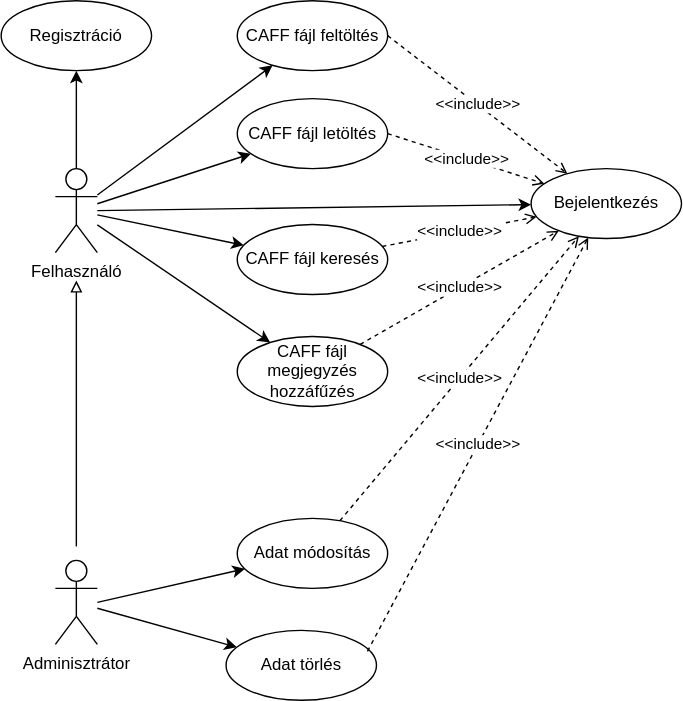
Earlier version of the draw.io export Pictures/Sec_Use_Case.svg (Fylota/hagyma_crysys). Source tidied: cells renumbered, new cells last; positions are measured from the earlier drawing's top-left corner, leaving out a move shared by most shapes. Its diagram source:
```xml
<mxGraphModel>
  <root>
    <mxCell id="0" />
    <mxCell id="1" parent="0" />
    <mxCell id="2" value="Felhasználó" style="shape=umlActor;verticalLabelPosition=bottom;verticalAlign=top;html=1;outlineConnect=0;" parent="1" vertex="1">
      <mxGeometry x="39" y="120" width="30" height="60" as="geometry" />
    </mxCell>
    <mxCell id="3" value="Adminisztrátor" style="shape=umlActor;verticalLabelPosition=bottom;verticalAlign=top;html=1;outlineConnect=0;" parent="1" vertex="1">
      <mxGeometry x="39" y="400" width="30" height="60" as="geometry" />
    </mxCell>
    <mxCell id="4" value="Bejelentkezés" style="ellipse;whiteSpace=wrap;html=1;" parent="1" vertex="1">
      <mxGeometry x="379" y="120" width="107.5" height="50" as="geometry" />
    </mxCell>
    <mxCell id="5" value="Regisztráció" style="ellipse;whiteSpace=wrap;html=1;" parent="1" vertex="1">
      <mxGeometry x="0.2" width="107.5" height="50" as="geometry" />
    </mxCell>
    <mxCell id="6" value="CAFF fájl feltöltés" style="ellipse;whiteSpace=wrap;html=1;" parent="1" vertex="1">
      <mxGeometry x="169" width="107.5" height="50" as="geometry" />
    </mxCell>
    <mxCell id="7" value="CAFF fájl letöltés" style="ellipse;whiteSpace=wrap;html=1;" parent="1" vertex="1">
      <mxGeometry x="169" y="70" width="107.5" height="50" as="geometry" />
    </mxCell>
    <mxCell id="8" value="CAFF fájl keresés" style="ellipse;whiteSpace=wrap;html=1;" parent="1" vertex="1">
      <mxGeometry x="169" y="160" width="107.5" height="50" as="geometry" />
    </mxCell>
    <mxCell id="9" value="CAFF fájl megjegyzés hozzáfűzés" style="ellipse;whiteSpace=wrap;html=1;" parent="1" vertex="1">
      <mxGeometry x="169" y="240" width="107.5" height="50" as="geometry" />
    </mxCell>
    <mxCell id="10" value="Adat módosítás" style="ellipse;whiteSpace=wrap;html=1;" parent="1" vertex="1">
      <mxGeometry x="169" y="370" width="107.5" height="50" as="geometry" />
    </mxCell>
    <mxCell id="11" value="Adat törlés" style="ellipse;whiteSpace=wrap;html=1;" parent="1" vertex="1">
      <mxGeometry x="161" y="450" width="107.5" height="50" as="geometry" />
    </mxCell>
    <mxCell id="12" style="endArrow=classic;html=1;rounded=0;" parent="1" edge="1" source="2" target="6">
      <mxGeometry relative="1" as="geometry" />
    </mxCell>
    <mxCell id="13" style="endArrow=classic;html=1;rounded=0;" parent="1" edge="1" source="2" target="7">
      <mxGeometry relative="1" as="geometry" />
    </mxCell>
    <mxCell id="14" style="endArrow=classic;html=1;rounded=0;" parent="1" edge="1" source="2" target="8">
      <mxGeometry relative="1" as="geometry" />
    </mxCell>
    <mxCell id="15" style="endArrow=classic;html=1;rounded=0;" parent="1" edge="1" source="2" target="9">
      <mxGeometry relative="1" as="geometry" />
    </mxCell>
    <mxCell id="16" style="endArrow=classic;html=1;rounded=0;" parent="1" edge="1" target="10">
      <mxGeometry relative="1" as="geometry">
        <mxPoint x="69" y="430" as="sourcePoint" />
      </mxGeometry>
    </mxCell>
    <mxCell id="17" style="endArrow=classic;html=1;rounded=0;" parent="1" edge="1" source="3" target="11">
      <mxGeometry relative="1" as="geometry" />
    </mxCell>
    <mxCell id="18" style="endArrow=classic;html=1;rounded=0;" parent="1" edge="1" source="2" target="5">
      <mxGeometry relative="1" as="geometry" />
    </mxCell>
    <mxCell id="19" style="endArrow=classic;html=1;rounded=0;" parent="1" edge="1" target="4">
      <mxGeometry relative="1" as="geometry">
        <mxPoint x="69" y="150" as="sourcePoint" />
      </mxGeometry>
    </mxCell>
    <mxCell id="20" style="endArrow=block;html=1;rounded=0;endFill=0;" parent="1" edge="1">
      <mxGeometry relative="1" as="geometry">
        <mxPoint x="54" y="390" as="sourcePoint" />
        <mxPoint x="54" y="200" as="targetPoint" />
      </mxGeometry>
    </mxCell>
    <mxCell id="21" value="&amp;lt;&amp;lt;include&amp;gt;&amp;gt;" style="endArrow=open;html=1;rounded=0;strokeWidth=1;dashed=1;endFill=0;" parent="1" edge="1" source="10" target="4">
      <mxGeometry relative="1" as="geometry" />
    </mxCell>
    <mxCell id="22" value="&amp;lt;&amp;lt;include&amp;gt;&amp;gt;" style="endArrow=open;html=1;rounded=0;strokeWidth=1;dashed=1;endFill=0;exitX=0.94;exitY=0.3;exitDx=0;exitDy=0;exitPerimeter=0;" parent="1" edge="1" source="11" target="4">
      <mxGeometry relative="1" as="geometry" />
    </mxCell>
    <mxCell id="23" value="&amp;lt;&amp;lt;include&amp;gt;&amp;gt;" style="endArrow=open;html=1;rounded=0;strokeWidth=1;dashed=1;endFill=0;" parent="1" edge="1" source="8" target="4">
      <mxGeometry relative="1" as="geometry" />
    </mxCell>
    <mxCell id="24" value="&amp;lt;&amp;lt;include&amp;gt;&amp;gt;" style="endArrow=open;html=1;rounded=0;strokeWidth=1;dashed=1;endFill=0;" parent="1" edge="1" source="9" target="4">
      <mxGeometry relative="1" as="geometry" />
    </mxCell>
    <mxCell id="25" value="&amp;lt;&amp;lt;include&amp;gt;&amp;gt;" style="endArrow=open;html=1;rounded=0;strokeWidth=1;dashed=1;endFill=0;exitX=1;exitY=0.5;exitDx=0;exitDy=0;" parent="1" edge="1" source="7" target="4">
      <mxGeometry relative="1" as="geometry" />
    </mxCell>
    <mxCell id="26" value="&amp;lt;&amp;lt;include&amp;gt;&amp;gt;" style="endArrow=open;html=1;rounded=0;strokeWidth=1;dashed=1;endFill=0;exitX=1;exitY=0.5;exitDx=0;exitDy=0;" parent="1" edge="1" source="6" target="4">
      <mxGeometry relative="1" as="geometry" />
    </mxCell>
  </root>
</mxGraphModel>
```
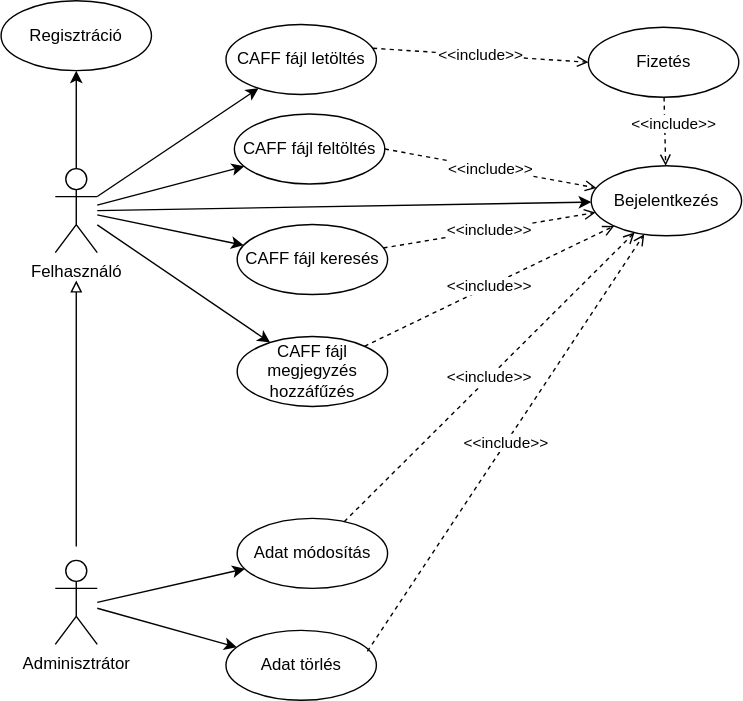
The same file after the commit.

What changed in the source:
```diff
@@ -9,16 +9,16 @@
       <mxGeometry x="39" y="400" width="30" height="60" as="geometry" />
     </mxCell>
     <mxCell id="4" value="Bejelentkezés" style="ellipse;whiteSpace=wrap;html=1;" parent="1" vertex="1">
-      <mxGeometry x="379" y="120" width="107.5" height="50" as="geometry" />
+      <mxGeometry x="422" y="118" width="107.5" height="50" as="geometry" />
     </mxCell>
     <mxCell id="5" value="Regisztráció" style="ellipse;whiteSpace=wrap;html=1;" parent="1" vertex="1">
       <mxGeometry x="0.2" width="107.5" height="50" as="geometry" />
     </mxCell>
     <mxCell id="6" value="CAFF fájl feltöltés" style="ellipse;whiteSpace=wrap;html=1;" parent="1" vertex="1">
-      <mxGeometry x="169" width="107.5" height="50" as="geometry" />
+      <mxGeometry x="167" y="81" width="107.5" height="50" as="geometry" />
     </mxCell>
     <mxCell id="7" value="CAFF fájl letöltés" style="ellipse;whiteSpace=wrap;html=1;" parent="1" vertex="1">
-      <mxGeometry x="169" y="70" width="107.5" height="50" as="geometry" />
+      <mxGeometry x="161" y="17" width="107.5" height="50" as="geometry" />
     </mxCell>
     <mxCell id="8" value="CAFF fájl keresés" style="ellipse;whiteSpace=wrap;html=1;" parent="1" vertex="1">
       <mxGeometry x="169" y="160" width="107.5" height="50" as="geometry" />
@@ -78,11 +78,17 @@
     <mxCell id="24" value="&amp;lt;&amp;lt;include&amp;gt;&amp;gt;" style="endArrow=open;html=1;rounded=0;strokeWidth=1;dashed=1;endFill=0;" parent="1" edge="1" source="9" target="4">
       <mxGeometry relative="1" as="geometry" />
     </mxCell>
-    <mxCell id="25" value="&amp;lt;&amp;lt;include&amp;gt;&amp;gt;" style="endArrow=open;html=1;rounded=0;strokeWidth=1;dashed=1;endFill=0;exitX=1;exitY=0.5;exitDx=0;exitDy=0;" parent="1" edge="1" source="7" target="4">
-      <mxGeometry relative="1" as="geometry" />
+    <mxCell id="25" value="&amp;lt;&amp;lt;include&amp;gt;&amp;gt;" style="endArrow=open;html=1;rounded=0;strokeWidth=1;dashed=1;endFill=0;" parent="1" edge="1" source="27" target="4">
+      <mxGeometry x="-0.21" y="6" relative="1" as="geometry" />
     </mxCell>
     <mxCell id="26" value="&amp;lt;&amp;lt;include&amp;gt;&amp;gt;" style="endArrow=open;html=1;rounded=0;strokeWidth=1;dashed=1;endFill=0;exitX=1;exitY=0.5;exitDx=0;exitDy=0;" parent="1" edge="1" source="6" target="4">
       <mxGeometry relative="1" as="geometry" />
     </mxCell>
+    <mxCell id="27" value="Fizetés" style="ellipse;whiteSpace=wrap;html=1;" parent="1" vertex="1">
+      <mxGeometry x="420" y="19" width="107.5" height="50" as="geometry" />
+    </mxCell>
+    <mxCell id="28" value="&amp;lt;&amp;lt;include&amp;gt;&amp;gt;" style="endArrow=open;html=1;rounded=0;endFill=0;dashed=1;entryX=0;entryY=0.5;entryDx=0;entryDy=0;exitX=0.977;exitY=0.34;exitDx=0;exitDy=0;exitPerimeter=0;" parent="1" edge="1" source="7" target="27">
+      <mxGeometry relative="1" as="geometry" />
+    </mxCell>
   </root>
 </mxGraphModel>
```
